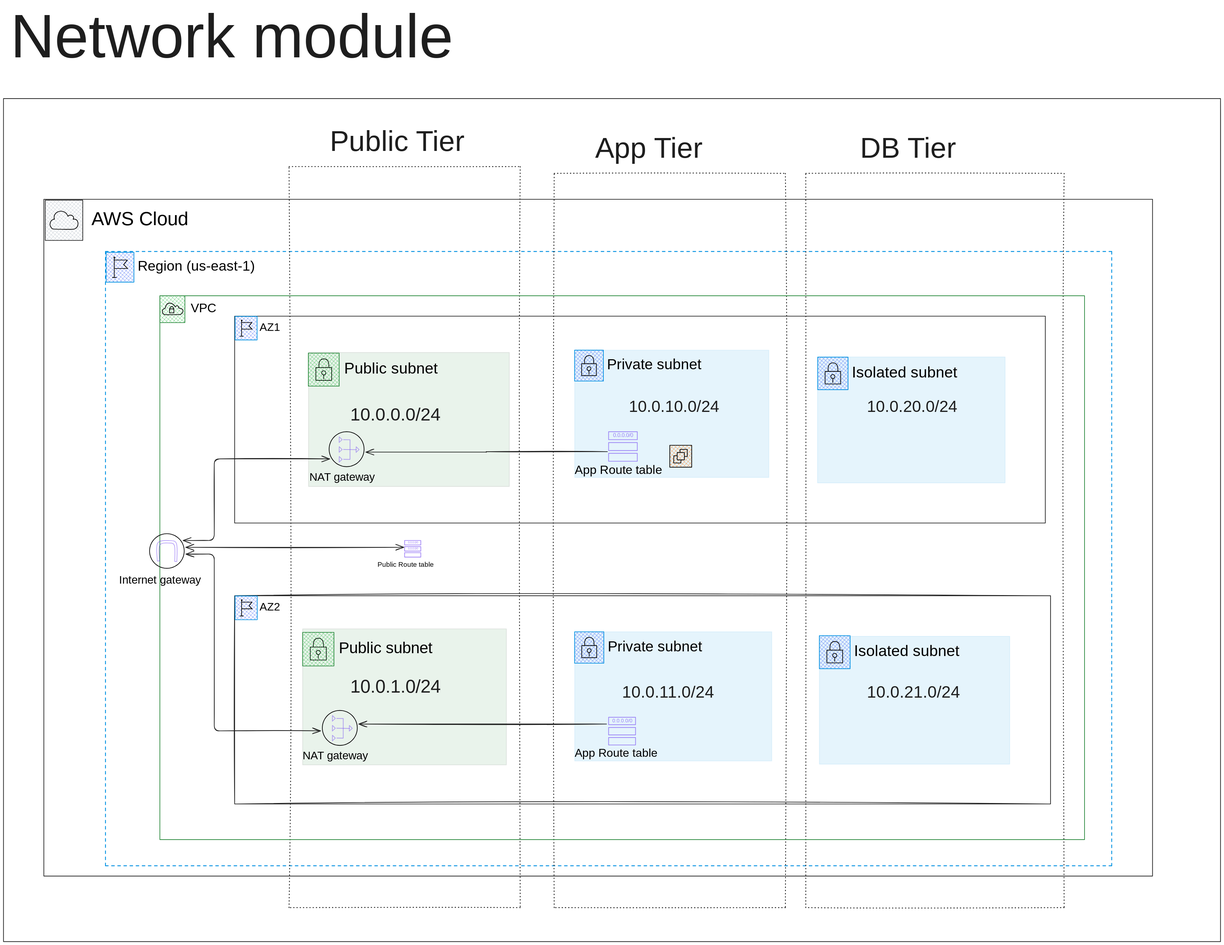
The Excalidraw diagram docs/network-layer.svg in majidln/trailmark-aws-three-tier-terraform, before a commit. Source tidied: one line per element, renumbered; positions are measured from the earlier drawing's top-left corner, leaving out a move shared by most shapes.
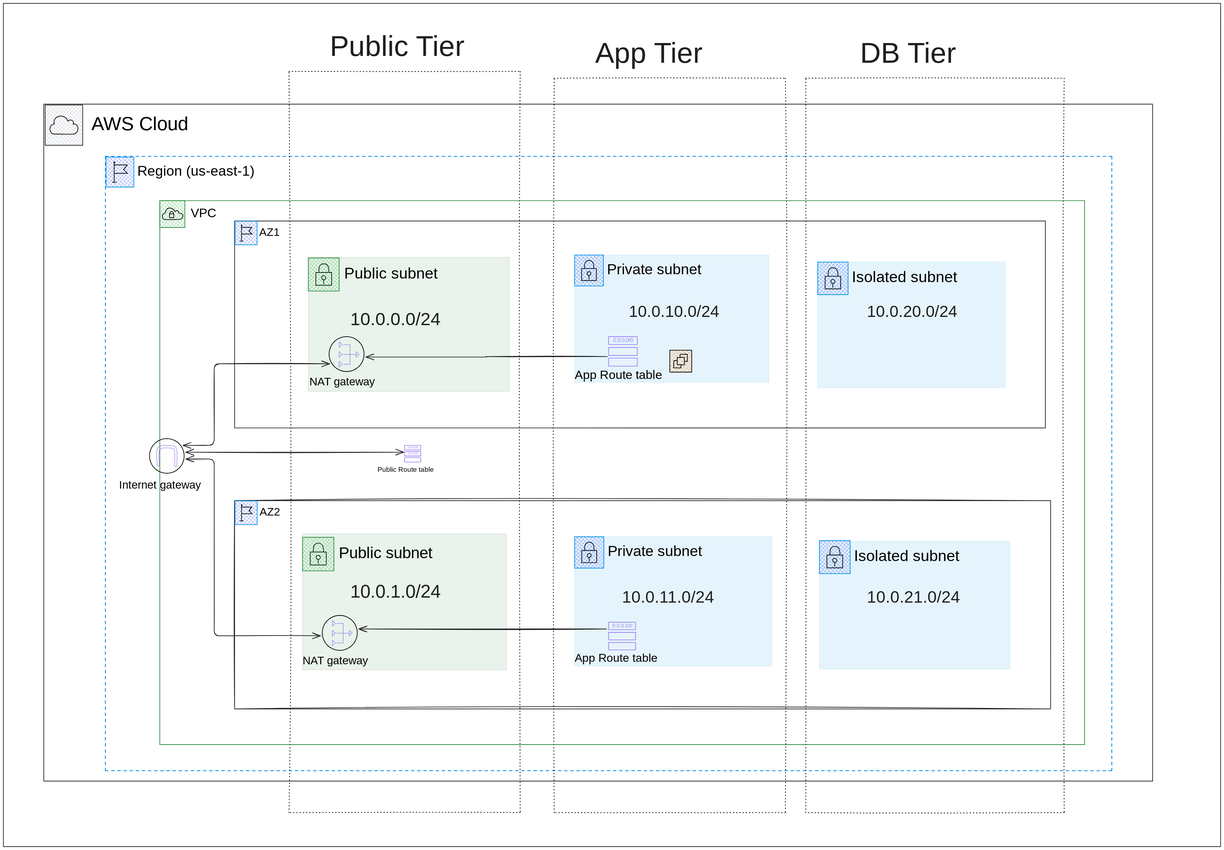
The same diagram one commit later.

Commit message:
README: add overview diagram, app and db diagrams, table of contents and run instructions

The edit, as a diff of the source:
```diff
@@ -113,7 +113,6 @@
 {"id": 112, "type": "rectangle", "strokeColor": "#000000", "strokeWidth": 2, "roughness": 0, "x": 1982, "y": 1321, "width": 21, "height": 22}
 {"id": 113, "type": "line", "strokeColor": "#000", "angle": 4.73, "backgroundColor": "#ff00", "fillStyle": "solid", "strokeWidth": 2, "roughness": 0, "x": 1993, "y": 1339, "width": 21, "height": 21, "points": [[0, 0], [0, -8], [-21, -8], [-21, 13], [-13, 13]]}
 {"id": 114, "type": "line", "strokeColor": "#000", "angle": 1.55, "backgroundColor": "#ff00", "fillStyle": "solid", "strokeWidth": 2, "roughness": 0, "x": 2011, "y": 1320, "width": 21, "height": 21, "points": [[0, 0], [0, -8], [-21, -8], [-21, 13], [-13, 13]]}
-{"id": 115, "type": "text", "text": "Network module", "strokeColor": "#1e1e1e", "strokeWidth": 2, "roughness": 1, "fontSize": 180.0, "fontFamily": 5, "x": 20, "y": 0, "width": 1800, "height": 225}
 {"id": 116, "type": "text", "text": "Public Route table", "strokeColor": "#000000", "strokeWidth": 1, "roughness": 1, "fontSize": 20, "fontFamily": 1, "x": 1100, "y": 1640, "width": 184, "height": 25}
 {"id": 117, "type": "rectangle", "strokeColor": "#7950f2", "strokeWidth": 2, "roughness": 0, "opacity": 70, "x": 1180, "y": 1580, "width": 48, "height": 13}
 {"id": 118, "type": "rectangle", "strokeColor": "#7950f2", "strokeWidth": 2, "roughness": 0, "opacity": 70, "x": 1180, "y": 1598, "width": 48, "height": 13}
```
